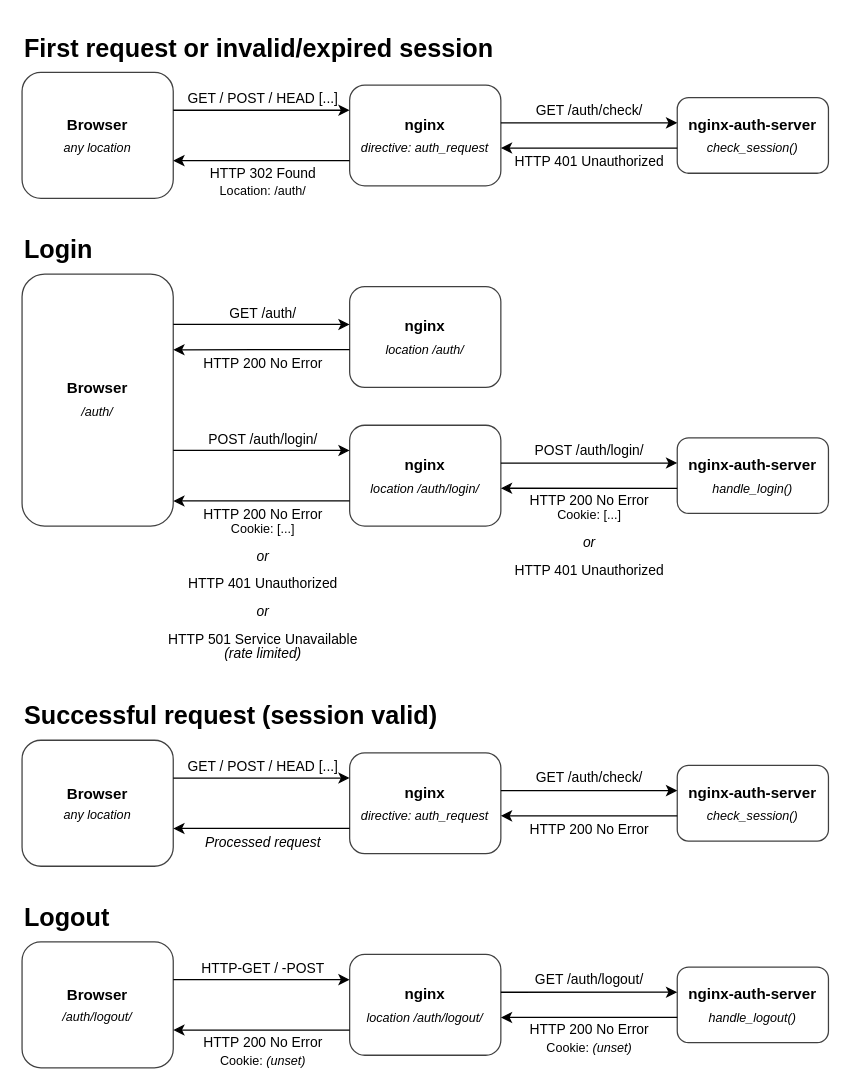
Before: docs/nginx-auth-request.drawio in fox34/nginx-auth-server, a draw.io diagram. Source tidied: cells renumbered, new cells numbered last; positions are measured from the earlier drawing's top-left corner, leaving out a move shared by most shapes. Both pictures are drawn from the tidied source at 126%, with x=0, y=0 at pixel (21, 21).
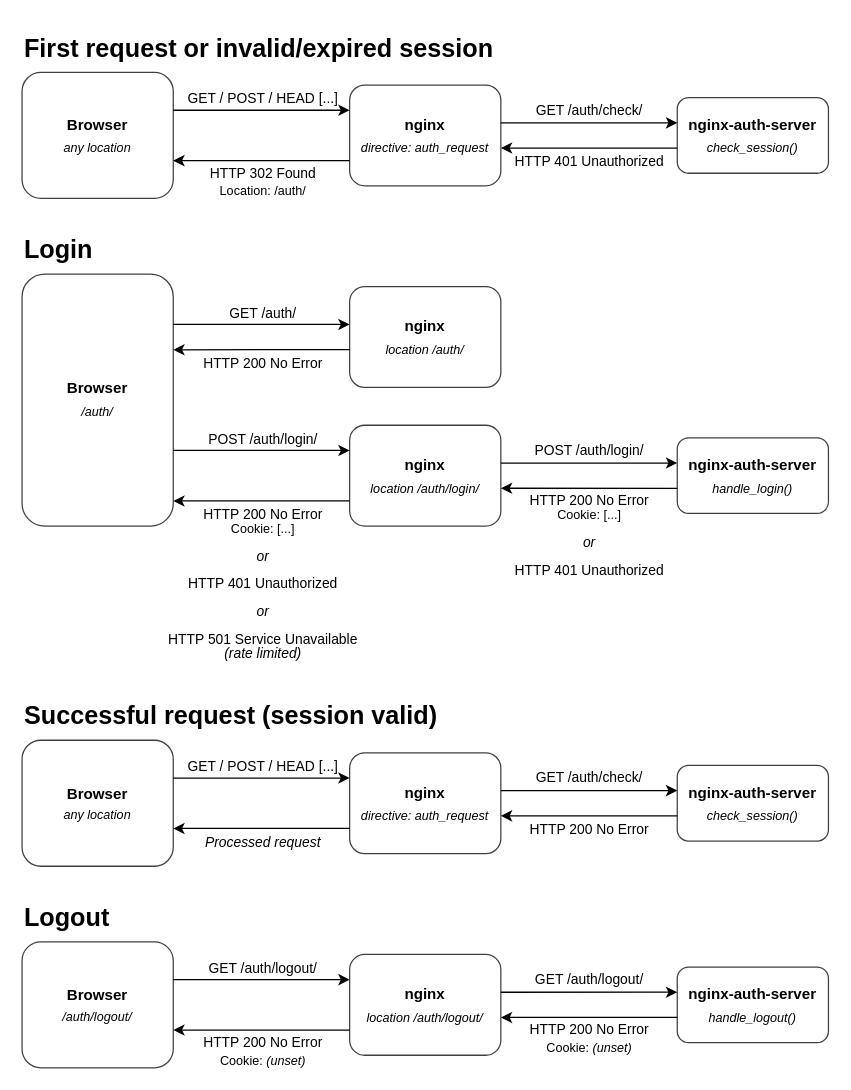
The same page after the edit.

Commit message (it also covers changes not shown here):
Fix request flow for logout

Unchanged cells that the change refers to:
```xml
<mxCell id="44" style="endArrow=classic;html=1;rounded=0;entryX=0;entryY=0.25;entryDx=0;entryDy=0;exitX=1;exitY=0.3;exitDx=0;exitDy=0;exitPerimeter=0;labelBackgroundColor=none;shadow=0;" parent="1" edge="1" source="43" target="46">
  <mxGeometry relative="1" as="geometry" />
</mxCell>
```

The edit, as a diff of the source:
```diff
@@
-    <mxCell id="45" value="&lt;div&gt;HTTP-GET / -POST&lt;/div&gt;" style="edgeLabel;html=1;align=center;verticalAlign=middle;labelBackgroundColor=none;" parent="44" vertex="1">
+    <mxCell id="45" value="&lt;div&gt;GET /auth/logout/&lt;/div&gt;" style="edgeLabel;html=1;align=center;verticalAlign=middle;labelBackgroundColor=none;" parent="44" vertex="1">
       <mxGeometry relative="1" as="geometry">
         <mxPoint y="-10" as="offset" />
       </mxGeometry>
     </mxCell>
```
